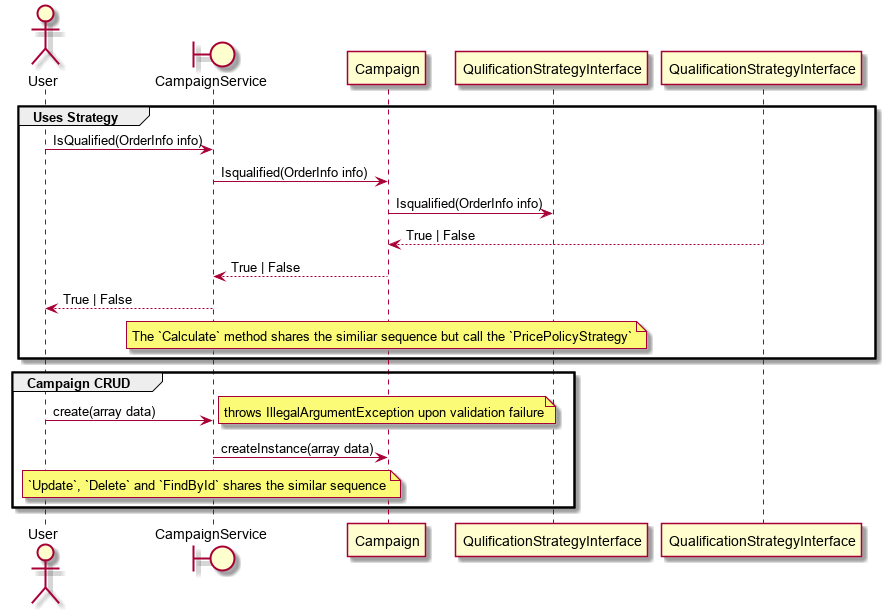
Above: docs/campaign-sequence.png in rockysynergy/laravel-yacommerce (PlantUML), before the change.
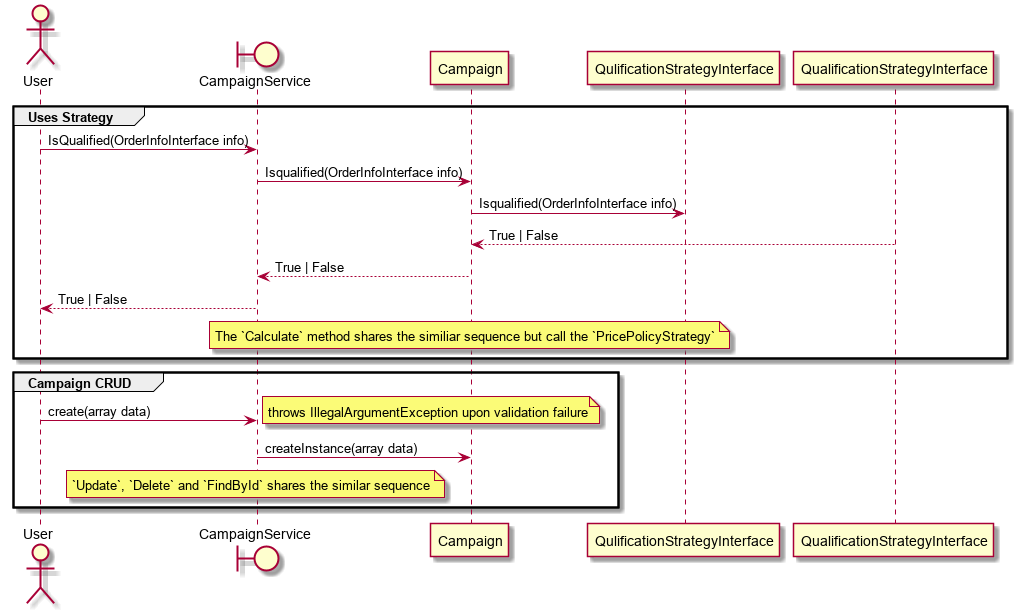
The same file after the commit.

Diff of the diagram source:
```diff
@@ -3,9 +3,9 @@
 boundary CampaignService
 
 group Uses Strategy
-    User -> CampaignService: IsQualified(OrderInfo info)
-    CampaignService -> Campaign: Isqualified(OrderInfo info)
-    Campaign -> QulificationStrategyInterface: Isqualified(OrderInfo info)
+    User -> CampaignService: IsQualified(OrderInfoInterface info)
+    CampaignService -> Campaign: Isqualified(OrderInfoInterface info)
+    Campaign -> QulificationStrategyInterface: Isqualified(OrderInfoInterface info)
     QualificationStrategyInterface --> Campaign: True | False
     Campaign --> CampaignService: True | False
     CampaignService --> User: True | False
```
